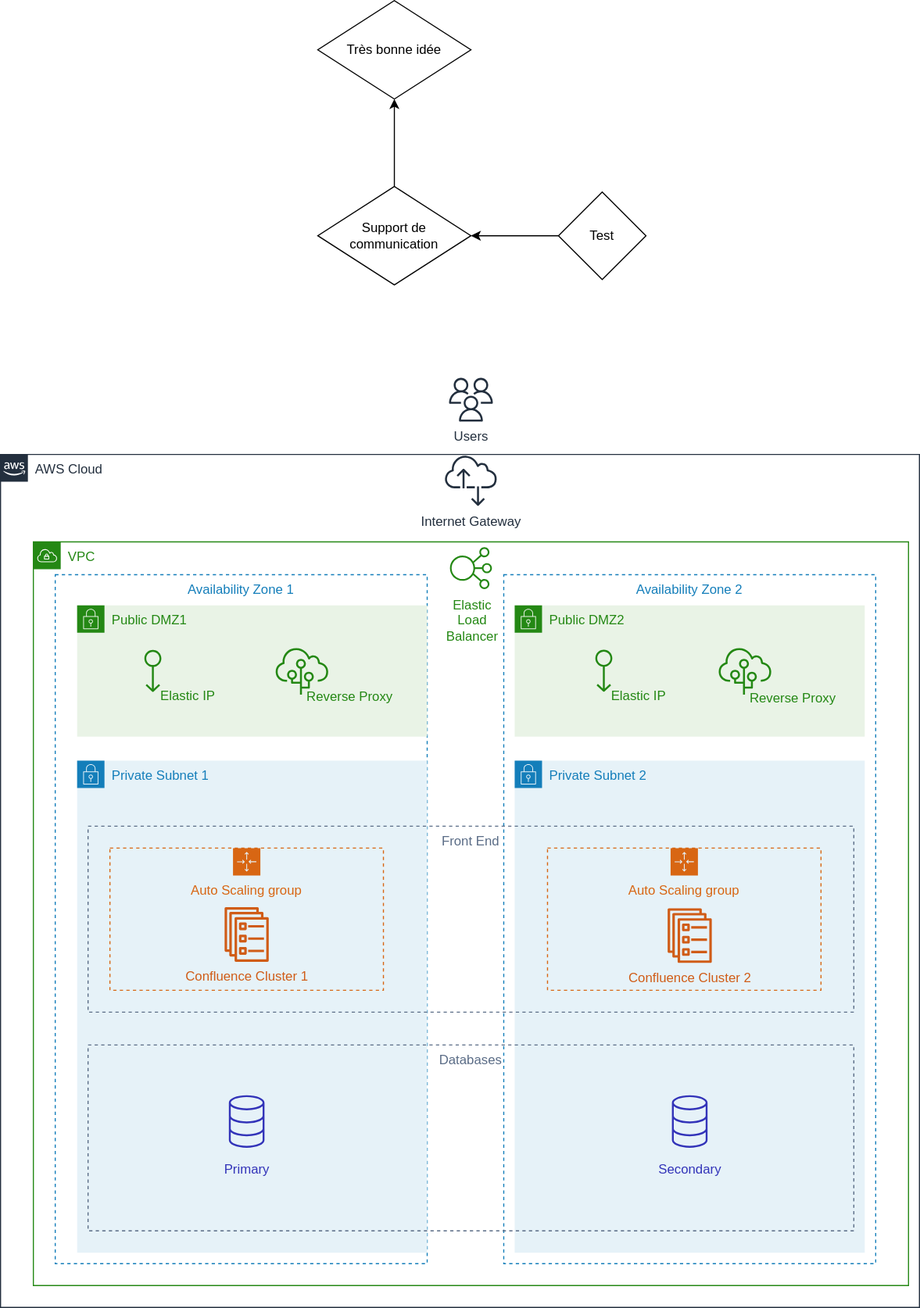
Before: examples/aws-simple-architecture.drawio.svg, a diagram exported from draw.io (Gaspard-Bourgeois/drawio-diagrams). Source tidied: cells renumbered, new cells last; positions are measured from the earlier drawing's top-left corner, leaving out a move shared by most shapes.
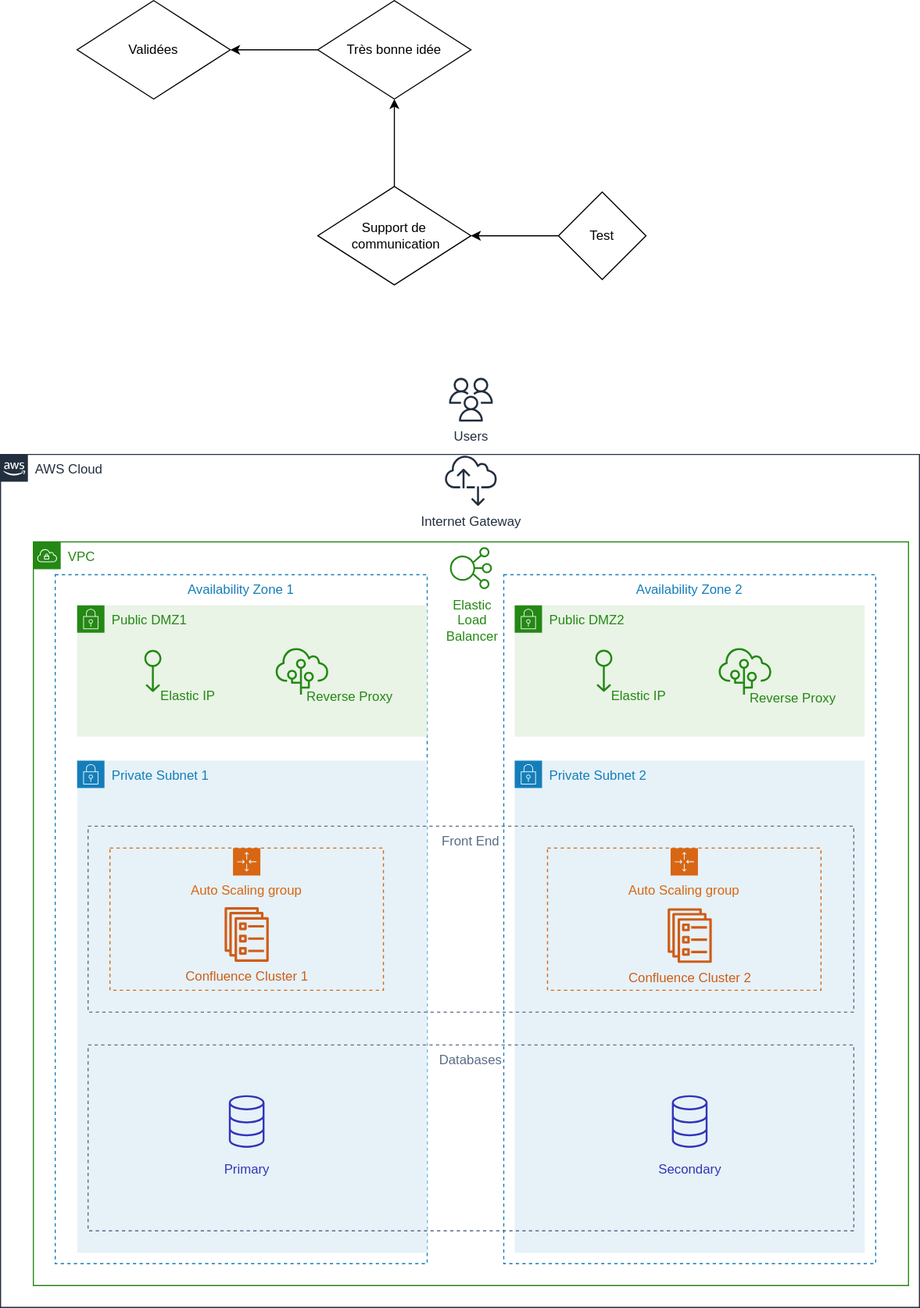
The same file after the commit.

Change to the diagram source:
```diff
@@ -83,8 +83,14 @@
     <mxCell id="28" value="Support de &amp;nbsp;communication&amp;nbsp;" style="rhombus;whiteSpace=wrap;html=1;" parent="1" vertex="1">
       <mxGeometry x="290" y="170" width="140" height="90" as="geometry" />
     </mxCell>
+    <mxCell id="30" style="edgeStyle=none;html=1;" parent="1" edge="1" source="29" target="31">
+      <mxGeometry relative="1" as="geometry" />
+    </mxCell>
     <mxCell id="29" value="Très bonne idée" style="rhombus;whiteSpace=wrap;html=1;" parent="1" vertex="1">
       <mxGeometry x="290" width="140" height="90" as="geometry" />
     </mxCell>
+    <mxCell id="31" value="Validées" style="rhombus;whiteSpace=wrap;html=1;" parent="1" vertex="1">
+      <mxGeometry x="70" width="140" height="90" as="geometry" />
+    </mxCell>
   </root>
 </mxGraphModel>
```
